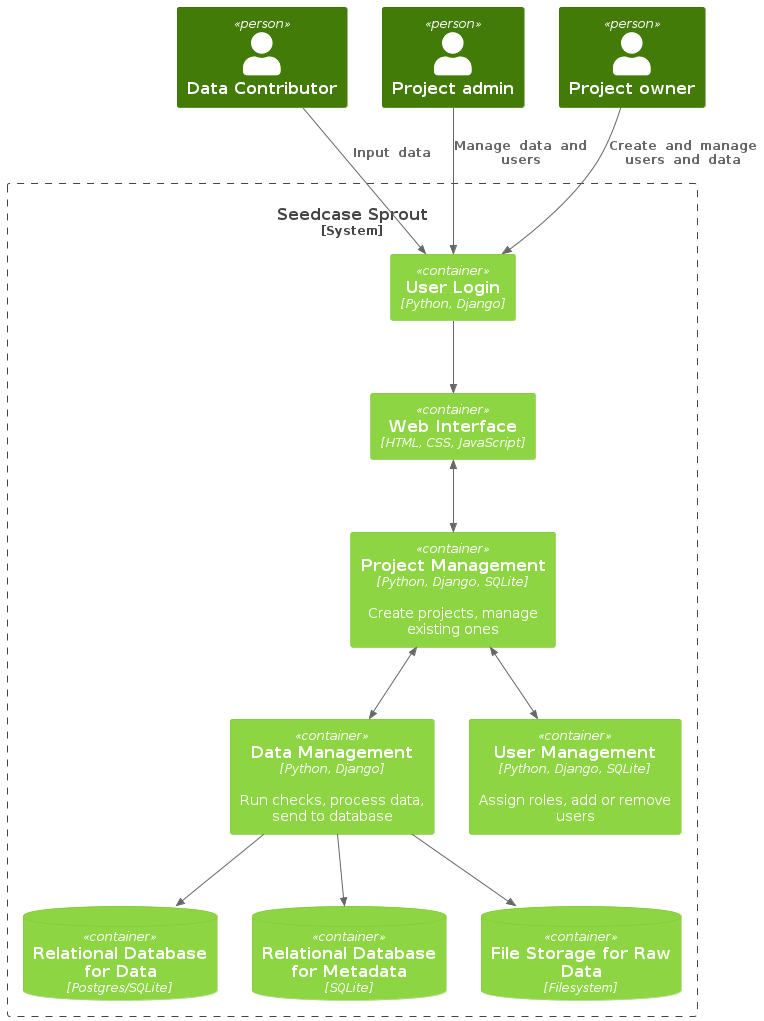
The PlantUML diagram docs/design/images/container.png in signekb/seedcase-sprout, before a commit. Its diagram source:
```plantuml
@startuml container
!theme C4_green from <C4/themes>
!include https://raw.githubusercontent.com/plantuml-stdlib/C4-PlantUML/master/C4_Container.puml

Person(user_contributor, "Data Contributor")
Person(user_admin, "Project admin")
Person(user_owner, "Project owner")

System_Boundary(seedcase, "Seedcase Sprout") {
  Container(ui, "Web Interface", "HTML, CSS, JavaScript")
  Container(projects, "Project Management", "Python, Django, SQLite",  $descr="Create projects, manage existing ones")
  Container(data, "Data Management", "Python, Django", $descr="Run checks, process data, send to database")
  Container(login, "User Login", "Python, Django")
  Container(users, "User Management", "Python, Django, SQLite", $descr="Assign roles, add or remove users")

  ContainerDb(database_data, "Relational Database for Data", "Postgres/SQLite")
  ContainerDb(database_metadata, "Relational Database for Metadata", "SQLite")
  ContainerDb(file_storage, "File Storage for Raw Data", "Filesystem")
}

Rel(user_contributor, login, "Input  data")
Rel(user_admin, login, "Manage  data  and  users")
Rel(user_owner, login, "Create  and  manage  users  and  data")
Rel(login, ui, "")
BiRel(ui, projects, "")
BiRel(projects, users, "")
BiRel(projects, data, "")

Rel(data, database_data, "")
Rel(data, database_metadata, "")
Rel(data, file_storage, "")

@enduml
```
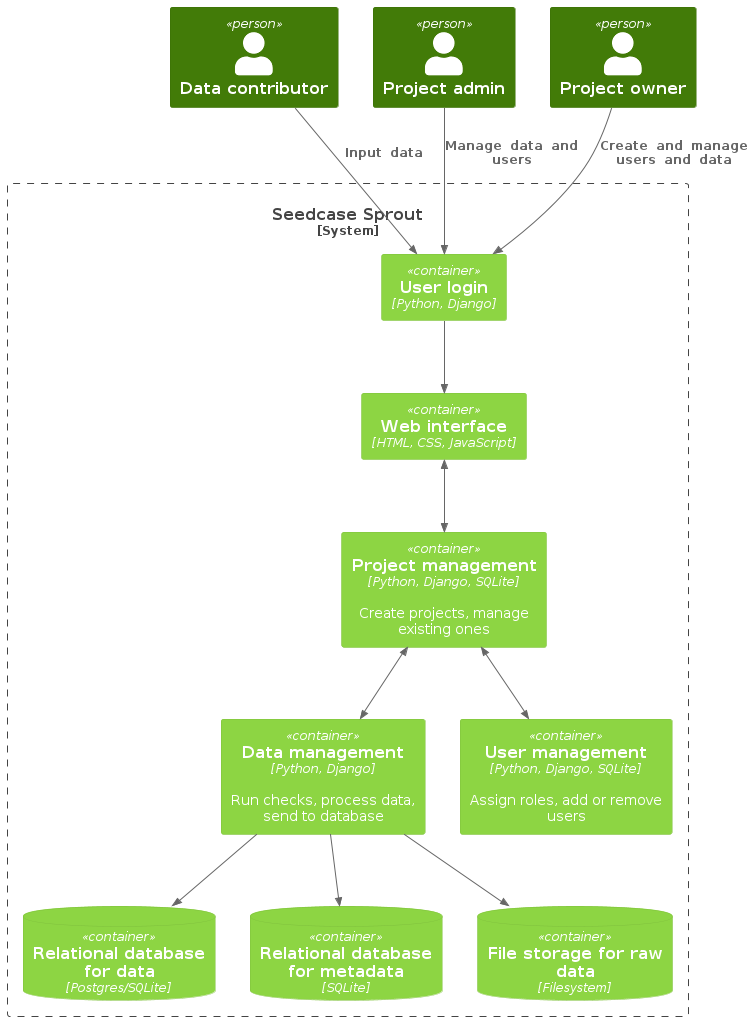
The same file after the commit.

Change to the diagram source:
```diff
@@ -2,20 +2,20 @@
 !theme C4_green from <C4/themes>
 !include https://raw.githubusercontent.com/plantuml-stdlib/C4-PlantUML/master/C4_Container.puml
 
-Person(user_contributor, "Data Contributor")
+Person(user_contributor, "Data contributor")
 Person(user_admin, "Project admin")
 Person(user_owner, "Project owner")
 
 System_Boundary(seedcase, "Seedcase Sprout") {
-  Container(ui, "Web Interface", "HTML, CSS, JavaScript")
-  Container(projects, "Project Management", "Python, Django, SQLite",  $descr="Create projects, manage existing ones")
-  Container(data, "Data Management", "Python, Django", $descr="Run checks, process data, send to database")
-  Container(login, "User Login", "Python, Django")
-  Container(users, "User Management", "Python, Django, SQLite", $descr="Assign roles, add or remove users")
+  Container(ui, "Web interface", "HTML, CSS, JavaScript")
+  Container(projects, "Project management", "Python, Django, SQLite",  $descr="Create projects, manage existing ones")
+  Container(data, "Data management", "Python, Django", $descr="Run checks, process data, send to database")
+  Container(login, "User login", "Python, Django")
+  Container(users, "User management", "Python, Django, SQLite", $descr="Assign roles, add or remove users")
 
-  ContainerDb(database_data, "Relational Database for Data", "Postgres/SQLite")
-  ContainerDb(database_metadata, "Relational Database for Metadata", "SQLite")
-  ContainerDb(file_storage, "File Storage for Raw Data", "Filesystem")
+  ContainerDb(database_data, "Relational database for data", "Postgres/SQLite")
+  ContainerDb(database_metadata, "Relational database for metadata", "SQLite")
+  ContainerDb(file_storage, "File storage for raw data", "Filesystem")
 }
 
 Rel(user_contributor, login, "Input  data")
```
